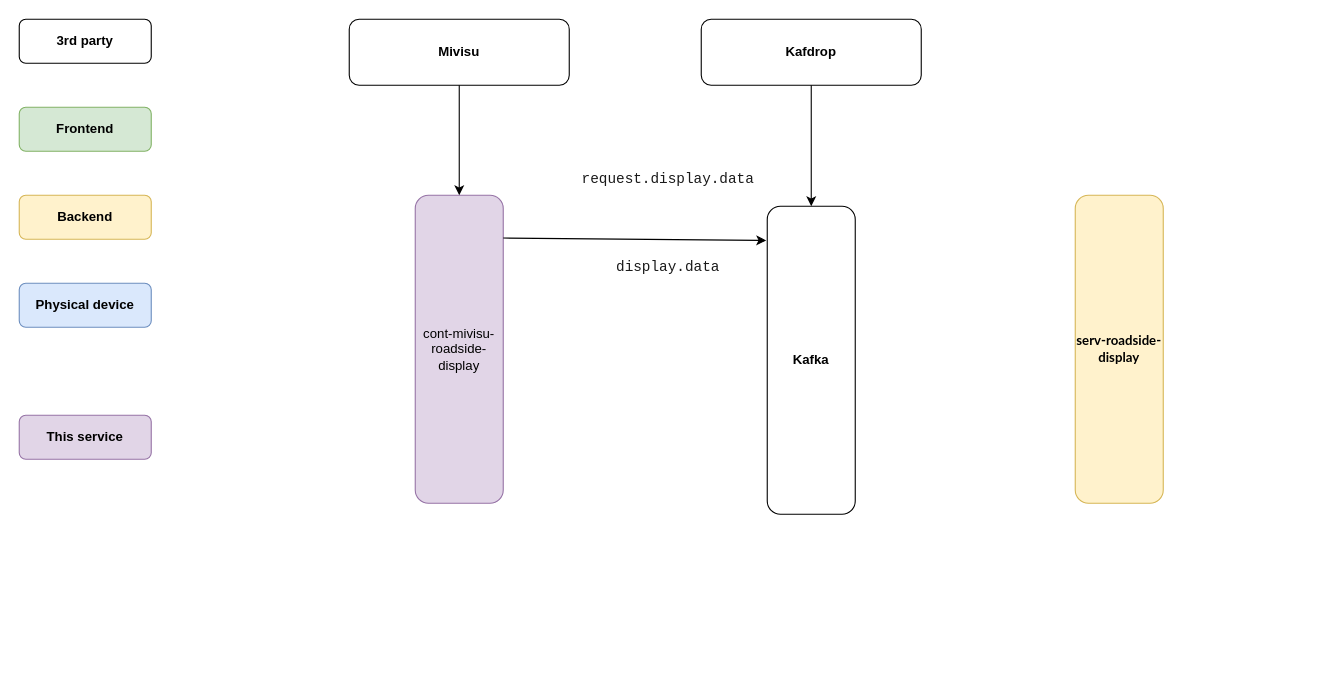
Before: Untitled Diagram.drawio in theshysadec98/diagram_weather, a draw.io diagram. Source tidied: cells renumbered, new cells numbered last; positions are measured from the earlier drawing's top-left corner, leaving out a move shared by most shapes. Both pictures are drawn from the tidied source at 110%, with x=0, y=0 at pixel (19, 19).
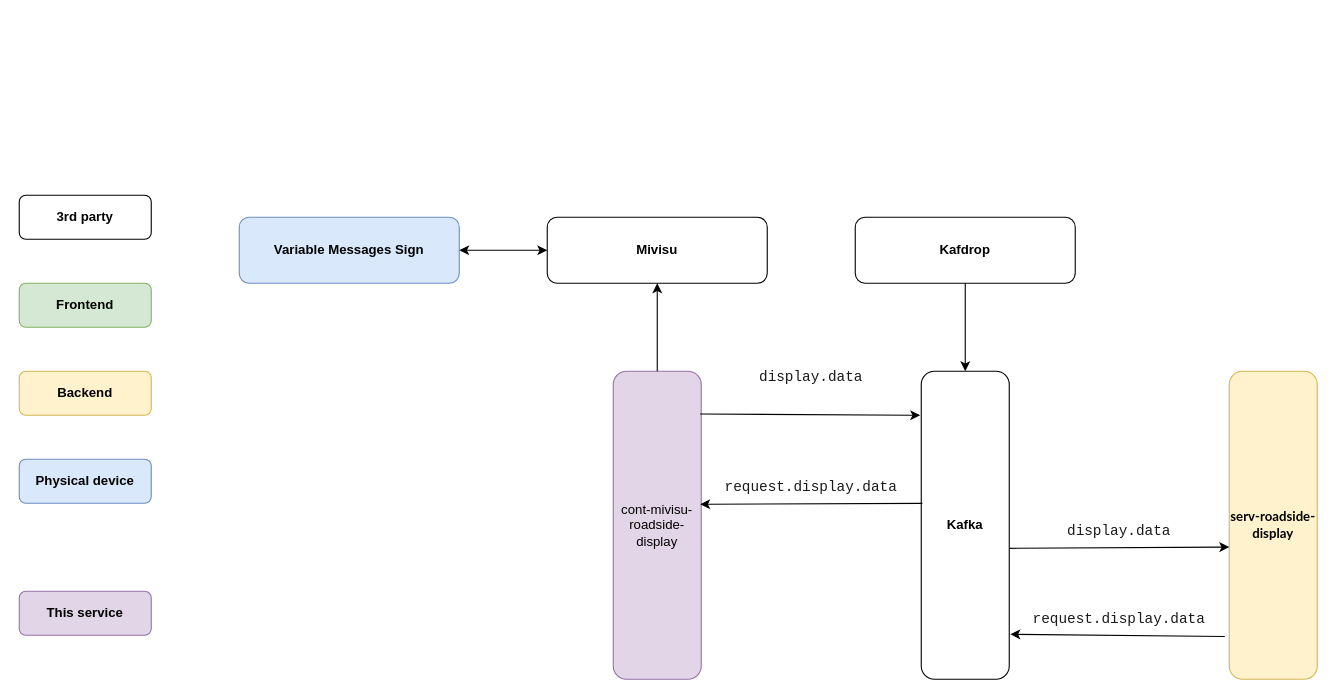
Above is the later version.

Change to the diagram source:
```diff
@@
     <mxCell id="2" value="&lt;b&gt;Frontend&lt;/b&gt;" style="rounded=1;whiteSpace=wrap;html=1;fillColor=#d5e8d4;strokeColor=#82b366;" parent="1" vertex="1">
-      <mxGeometry y="80" width="120" height="40" as="geometry" />
+      <mxGeometry y="240" width="120" height="40" as="geometry" />
     </mxCell>
     <mxCell id="3" value="&lt;b&gt;Backend&lt;/b&gt;" style="rounded=1;whiteSpace=wrap;html=1;fillColor=#fff2cc;strokeColor=#d6b656;" parent="1" vertex="1">
-      <mxGeometry y="160" width="120" height="40" as="geometry" />
+      <mxGeometry y="320" width="120" height="40" as="geometry" />
     </mxCell>
     <mxCell id="4" value="&lt;b&gt;Physical device&lt;/b&gt;" style="rounded=1;whiteSpace=wrap;html=1;fillColor=#dae8fc;strokeColor=#6c8ebf;" parent="1" vertex="1">
-      <mxGeometry y="240" width="120" height="40" as="geometry" />
+      <mxGeometry y="400" width="120" height="40" as="geometry" />
     </mxCell>
     <mxCell id="5" value="&lt;b&gt;This service&lt;/b&gt;" style="rounded=1;whiteSpace=wrap;html=1;fillColor=#e1d5e7;strokeColor=#9673a6;" parent="1" vertex="1">
-      <mxGeometry y="360" width="120" height="40" as="geometry" />
+      <mxGeometry y="520" width="120" height="40" as="geometry" />
     </mxCell>
     <mxCell id="6" value="&lt;b&gt;Kafdrop&lt;/b&gt;" style="rounded=1;whiteSpace=wrap;html=1;" parent="1" vertex="1">
-      <mxGeometry x="620" width="200" height="60" as="geometry" />
+      <mxGeometry x="760" y="180" width="200" height="60" as="geometry" />
     </mxCell>
     <mxCell id="7" value="&lt;b&gt;Kafka&lt;/b&gt;" style="rounded=1;whiteSpace=wrap;html=1;" parent="1" vertex="1">
-      <mxGeometry x="680" y="170" width="80" height="280" as="geometry" />
+      <mxGeometry x="820" y="320" width="80" height="280" as="geometry" />
     </mxCell>
@@
     <mxCell id="9" value="&lt;pre&gt;&lt;font face=&quot;jetbrains mono, monospace&quot; color=&quot;#1a1a1a&quot;&gt;&lt;span style=&quot;font-size: 13.0667px ; background-color: rgb(255 , 255 , 255)&quot;&gt;display.data&lt;/span&gt;&lt;/font&gt;&lt;/pre&gt;" style="text;html=1;strokeColor=none;fillColor=none;align=center;verticalAlign=middle;whiteSpace=wrap;rounded=0;" parent="1" vertex="1">
-      <mxGeometry x="500" y="210" width="180" height="30" as="geometry" />
+      <mxGeometry x="630" y="310" width="180" height="30" as="geometry" />
     </mxCell>
     <mxCell id="10" value="&lt;b&gt;3rd party&lt;/b&gt;" style="rounded=1;whiteSpace=wrap;html=1;" parent="1" vertex="1">
-      <mxGeometry width="120" height="40" as="geometry" />
+      <mxGeometry y="160" width="120" height="40" as="geometry" />
     </mxCell>
     <mxCell id="11" value="cont-mivisu-roadside-display" style="rounded=1;whiteSpace=wrap;html=1;fillColor=#e1d5e7;strokeColor=#9673a6;" parent="1" vertex="1">
-      <mxGeometry x="360" y="160" width="80" height="280" as="geometry" />
+      <mxGeometry x="540" y="320" width="80" height="280" as="geometry" />
     </mxCell>
     <mxCell id="12" value="&lt;pre&gt;&lt;font face=&quot;jetbrains mono, monospace&quot; color=&quot;#1a1a1a&quot;&gt;&lt;span style=&quot;font-size: 13.0667px ; background-color: rgb(255 , 255 , 255)&quot;&gt;request.display.data&lt;/span&gt;&lt;/font&gt;&lt;font color=&quot;#bbbbbb&quot; face=&quot;jetbrains mono, monospace&quot; style=&quot;background-color: rgb(40 , 44 , 52)&quot;&gt;&lt;span style=&quot;font-size: 9.8pt&quot;&gt;&lt;br&gt;&lt;/span&gt;&lt;/font&gt;&lt;/pre&gt;" style="text;html=1;strokeColor=none;fillColor=none;align=center;verticalAlign=middle;whiteSpace=wrap;rounded=0;" parent="1" vertex="1">
-      <mxGeometry x="500" y="130" width="180" height="30" as="geometry" />
+      <mxGeometry x="630" y="410" width="180" height="30" as="geometry" />
     </mxCell>
     <mxCell id="13" value="&lt;span style=&quot;font-family: &amp;#34;lato&amp;#34; , &amp;#34;arial&amp;#34;&quot;&gt;&lt;b&gt;&lt;font style=&quot;font-size: 12px&quot;&gt;serv-roadside-display&lt;/font&gt;&lt;/b&gt;&lt;/span&gt;" style="rounded=1;whiteSpace=wrap;html=1;fillColor=#fff2cc;strokeColor=#d6b656;" parent="1" vertex="1">
-      <mxGeometry x="960" y="160" width="80" height="280" as="geometry" />
+      <mxGeometry x="1100" y="320" width="80" height="280" as="geometry" />
     </mxCell>
     <mxCell id="14" value="&lt;b&gt;Mivisu&lt;/b&gt;" style="rounded=1;whiteSpace=wrap;html=1;" parent="1" vertex="1">
-      <mxGeometry x="300" width="200" height="60" as="geometry" />
+      <mxGeometry x="480" y="180" width="200" height="60" as="geometry" />
     </mxCell>
-    <mxCell id="15" style="endArrow=classic;html=1;rounded=0;entryX=0.5;entryY=0;entryDx=0;entryDy=0;exitX=0.5;exitY=1;exitDx=0;exitDy=0;" parent="1" edge="1" source="14" target="11">
-      <mxGeometry relative="1" as="geometry" />
-    </mxCell>
+    <mxCell id="17" value="&lt;b&gt;Variable Messages Sign&lt;/b&gt;" style="rounded=1;whiteSpace=wrap;html=1;fillColor=#dae8fc;strokeColor=#6c8ebf;direction=west;" parent="1" vertex="1">
+      <mxGeometry x="200" y="180" width="200" height="60" as="geometry" />
+    </mxCell>
-    <mxCell id="16" style="endArrow=classic;html=1;rounded=0;exitX=1;exitY=0.139;exitDx=0;exitDy=0;exitPerimeter=0;entryX=-0.012;entryY=0.111;entryDx=0;entryDy=0;entryPerimeter=0;" parent="1" edge="1" source="11" target="7">
+    <mxCell id="16" style="endArrow=classic;html=1;rounded=0;entryX=-0.012;entryY=0.143;entryDx=0;entryDy=0;entryPerimeter=0;exitX=0.988;exitY=0.139;exitDx=0;exitDy=0;exitPerimeter=0;" parent="1" edge="1" source="11" target="7">
       <mxGeometry relative="1" as="geometry" />
     </mxCell>
+    <mxCell id="18" style="endArrow=classic;html=1;rounded=0;entryX=0.988;entryY=0.432;entryDx=0;entryDy=0;entryPerimeter=0;exitX=0.013;exitY=0.429;exitDx=0;exitDy=0;exitPerimeter=0;" parent="1" edge="1" source="7" target="11">
+      <mxGeometry relative="1" as="geometry" />
+    </mxCell>
+    <mxCell id="19" style="endArrow=classic;html=1;rounded=0;entryX=0;entryY=0.571;entryDx=0;entryDy=0;entryPerimeter=0;exitX=1;exitY=0.575;exitDx=0;exitDy=0;exitPerimeter=0;" parent="1" edge="1" source="7" target="13">
+      <mxGeometry relative="1" as="geometry" />
+    </mxCell>
+    <mxCell id="20" style="endArrow=classic;html=1;rounded=0;entryX=1.013;entryY=0.854;entryDx=0;entryDy=0;entryPerimeter=0;exitX=-0.05;exitY=0.861;exitDx=0;exitDy=0;exitPerimeter=0;" parent="1" edge="1" source="13" target="7">
+      <mxGeometry relative="1" as="geometry" />
+    </mxCell>
+    <mxCell id="21" value="&lt;pre&gt;&lt;font face=&quot;jetbrains mono, monospace&quot; color=&quot;#1a1a1a&quot;&gt;&lt;span style=&quot;font-size: 13.0667px ; background-color: rgb(255 , 255 , 255)&quot;&gt;request.display.data&lt;/span&gt;&lt;/font&gt;&lt;font color=&quot;#bbbbbb&quot; face=&quot;jetbrains mono, monospace&quot; style=&quot;background-color: rgb(40 , 44 , 52)&quot;&gt;&lt;span style=&quot;font-size: 9.8pt&quot;&gt;&lt;br&gt;&lt;/span&gt;&lt;/font&gt;&lt;/pre&gt;" style="text;html=1;strokeColor=none;fillColor=none;align=center;verticalAlign=middle;whiteSpace=wrap;rounded=0;" parent="1" vertex="1">
+      <mxGeometry x="910" y="530" width="180" height="30" as="geometry" />
+    </mxCell>
+    <mxCell id="22" value="&lt;pre&gt;&lt;font face=&quot;jetbrains mono, monospace&quot; color=&quot;#1a1a1a&quot;&gt;&lt;span style=&quot;font-size: 13.0667px ; background-color: rgb(255 , 255 , 255)&quot;&gt;display.data&lt;/span&gt;&lt;/font&gt;&lt;/pre&gt;" style="text;html=1;strokeColor=none;fillColor=none;align=center;verticalAlign=middle;whiteSpace=wrap;rounded=0;" parent="1" vertex="1">
+      <mxGeometry x="910" y="450" width="180" height="30" as="geometry" />
+    </mxCell>
+    <mxCell id="23" style="endArrow=classic;startArrow=classic;html=1;rounded=0;exitX=0;exitY=0.5;exitDx=0;exitDy=0;entryX=0;entryY=0.5;entryDx=0;entryDy=0;" parent="1" edge="1" source="14" target="17">
+      <mxGeometry relative="1" as="geometry" />
+    </mxCell>
+    <mxCell id="24" style="endArrow=classic;html=1;rounded=0;exitX=0.5;exitY=0;exitDx=0;exitDy=0;entryX=0.5;entryY=1;entryDx=0;entryDy=0;" parent="1" edge="1" source="11" target="14">
+      <mxGeometry relative="1" as="geometry" />
+    </mxCell>
```
